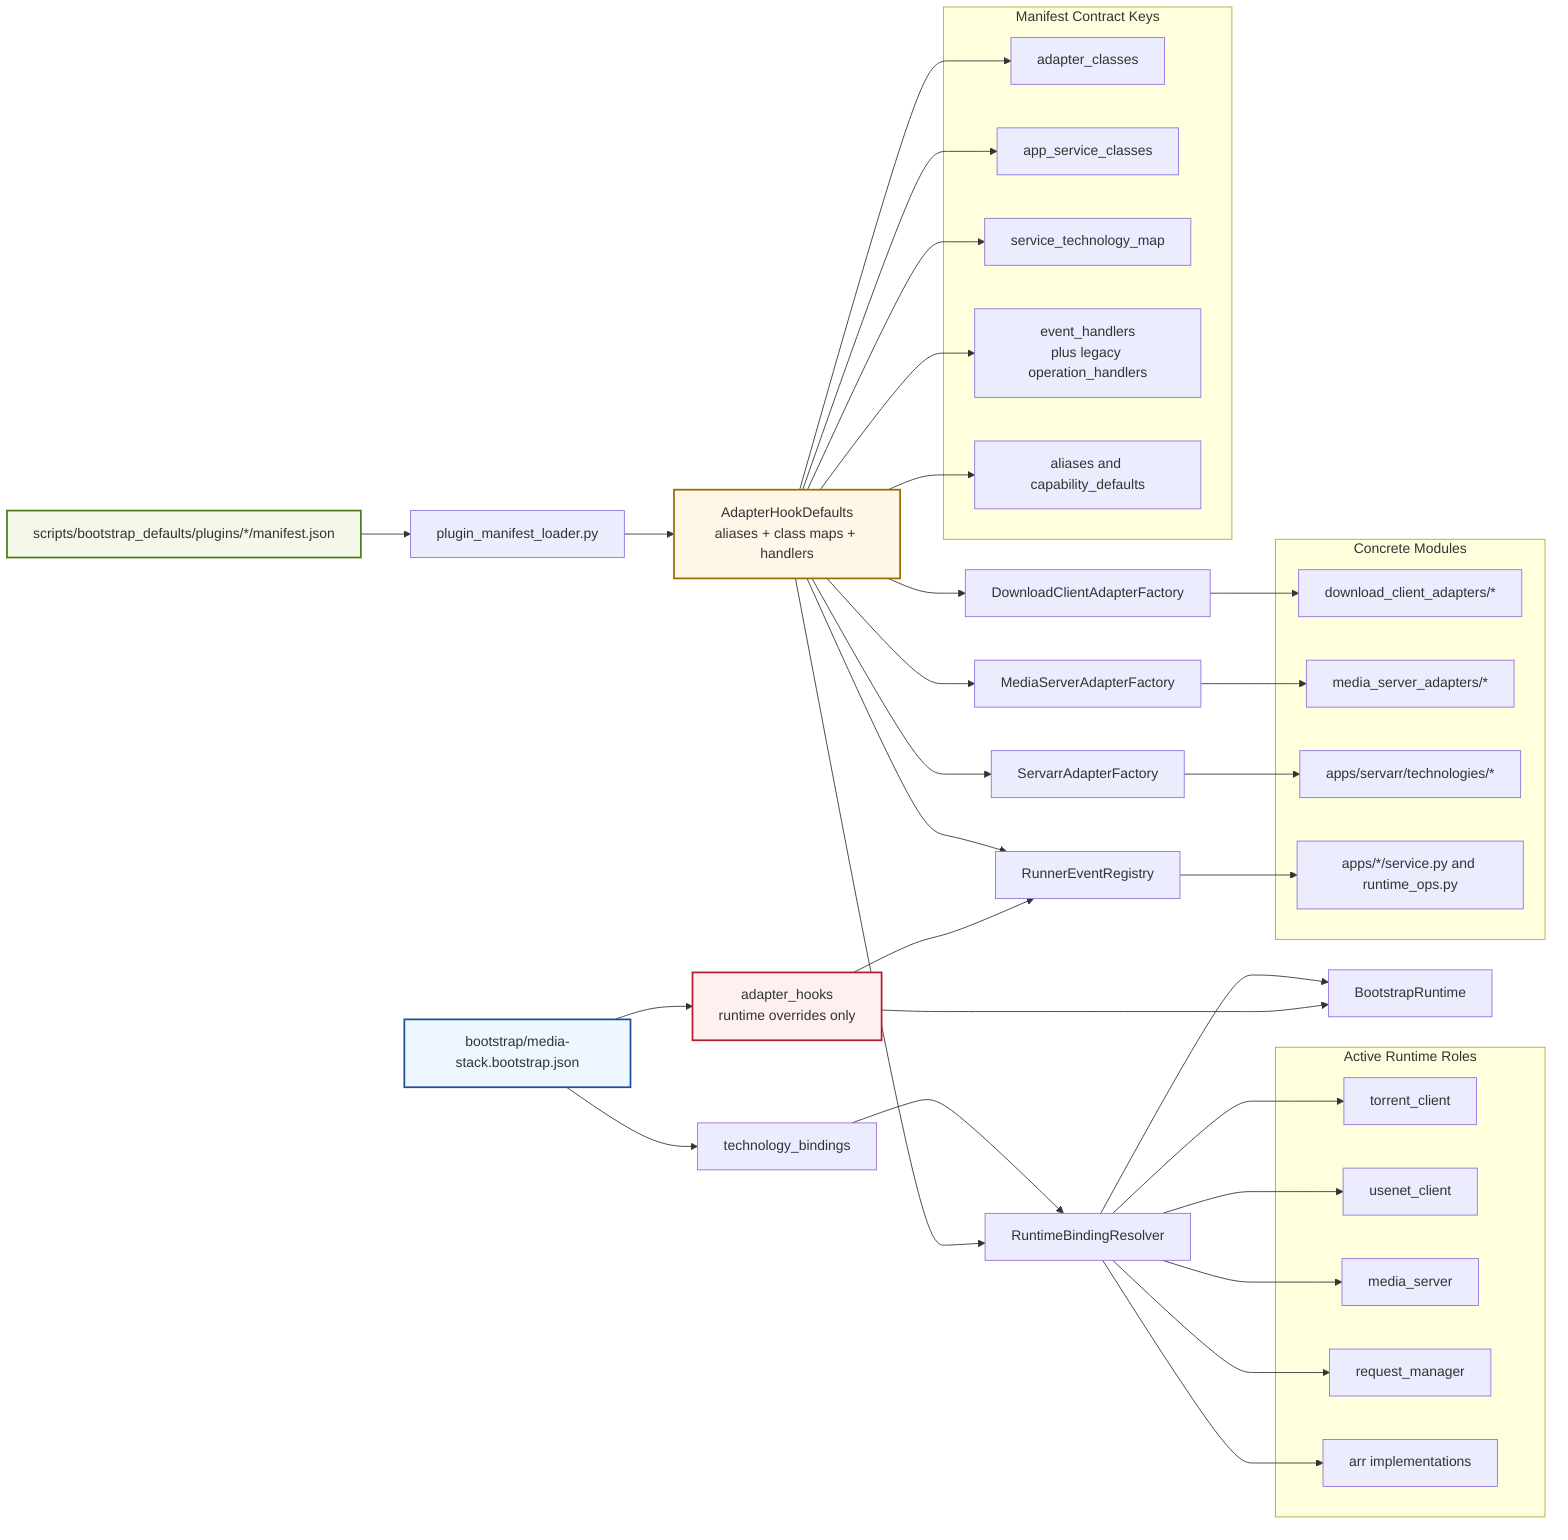
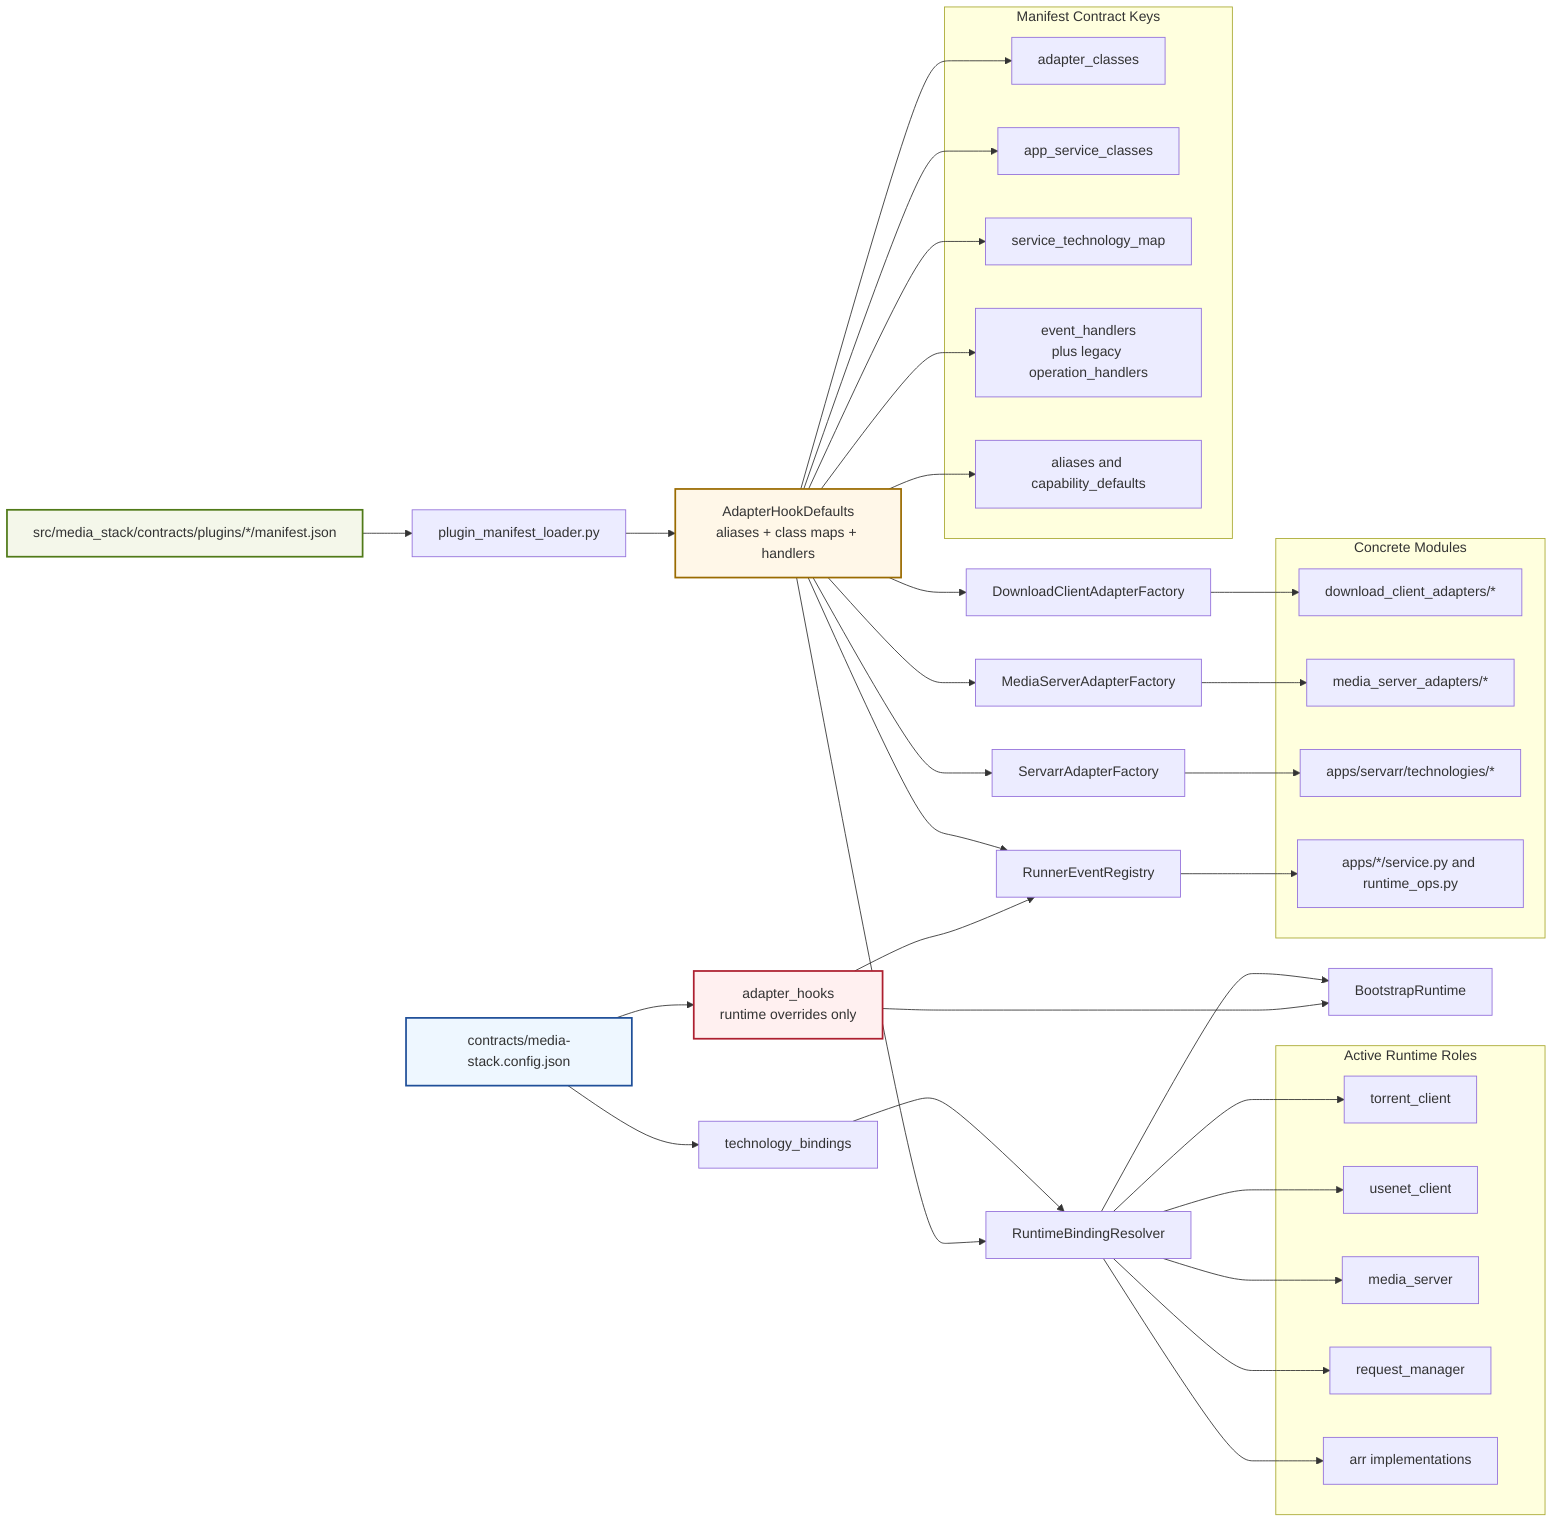
flowchart LR
-   CFG[bootstrap/media-stack.bootstrap.json]
+   CFG[contracts/media-stack.config.json]
  BIND[technology_bindings]
  RH[adapter_hooks<br/>runtime overrides only]

-   PM[scripts/bootstrap_defaults/plugins/*/manifest.json]
+   PM[src/media_stack/contracts/plugins/*/manifest.json]
  LOAD[plugin_manifest_loader.py]
  DEF[AdapterHookDefaults<br/>aliases + class maps + handlers]

  RES[RuntimeBindingResolver]
  RT[BootstrapRuntime]

  OPREG[RunnerEventRegistry]
  DLF[DownloadClientAdapterFactory]
  MSF[MediaServerAdapterFactory]
  SAF[ServarrAdapterFactory]

  subgraph Roles[Active Runtime Roles]
    TOR[torrent_client]
    USE[usenet_client]
    MED[media_server]
    RQM[request_manager]
    ARR[arr implementations]
  end

  subgraph Contracts[Manifest Contract Keys]
    C1[adapter_classes]
    C2[app_service_classes]
    C3[service_technology_map]
    C4[event_handlers<br/>plus legacy operation_handlers]
    C5[aliases and capability_defaults]
  end

  subgraph Impl[Concrete Modules]
    TCA[download_client_adapters/*]
    MSA[media_server_adapters/*]
    SVA[apps/servarr/technologies/*]
    APS[apps/*/service.py and runtime_ops.py]
  end

  CFG --> BIND --> RES
  CFG --> RH

  PM --> LOAD --> DEF
  DEF --> C1
  DEF --> C2
  DEF --> C3
  DEF --> C4
  DEF --> C5

  DEF --> RES
  RES --> TOR
  RES --> USE
  RES --> MED
  RES --> RQM
  RES --> ARR
  RES --> RT

  DEF --> DLF
  DEF --> MSF
  DEF --> SAF
  DEF --> OPREG

  RH --> OPREG
  RH --> RT

  DLF --> TCA
  MSF --> MSA
  SAF --> SVA
  OPREG --> APS

  style CFG fill:#eef7ff,stroke:#1f4f99,stroke-width:2px
  style PM fill:#f4f7ea,stroke:#507a18,stroke-width:2px
  style DEF fill:#fff7e8,stroke:#9a6b00,stroke-width:2px
  style RH fill:#fff0f0,stroke:#ad1f2f,stroke-width:2px
